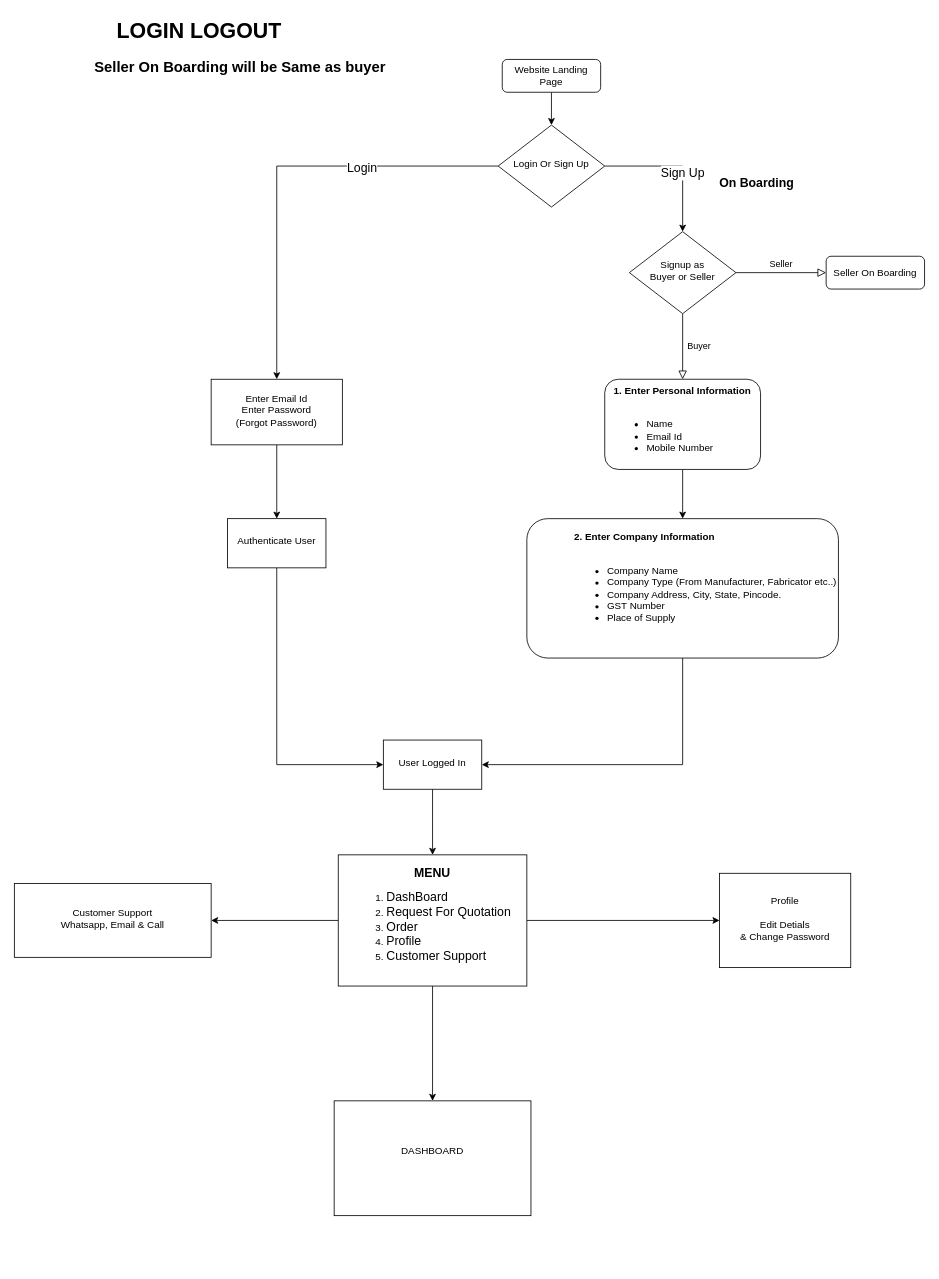
Above: page "Login/Sign Up (Buyer)" (1 of 4) of Buyer.drawio in raiparag123/sanmati-develop (draw.io), before the change. Source tidied: cells renumbered, new cells numbered last; positions are measured from the earlier drawing's top-left corner, leaving out a move shared by most shapes. Both pictures are drawn from the tidied source at 82%, with x=0, y=0 at pixel (14, 14).
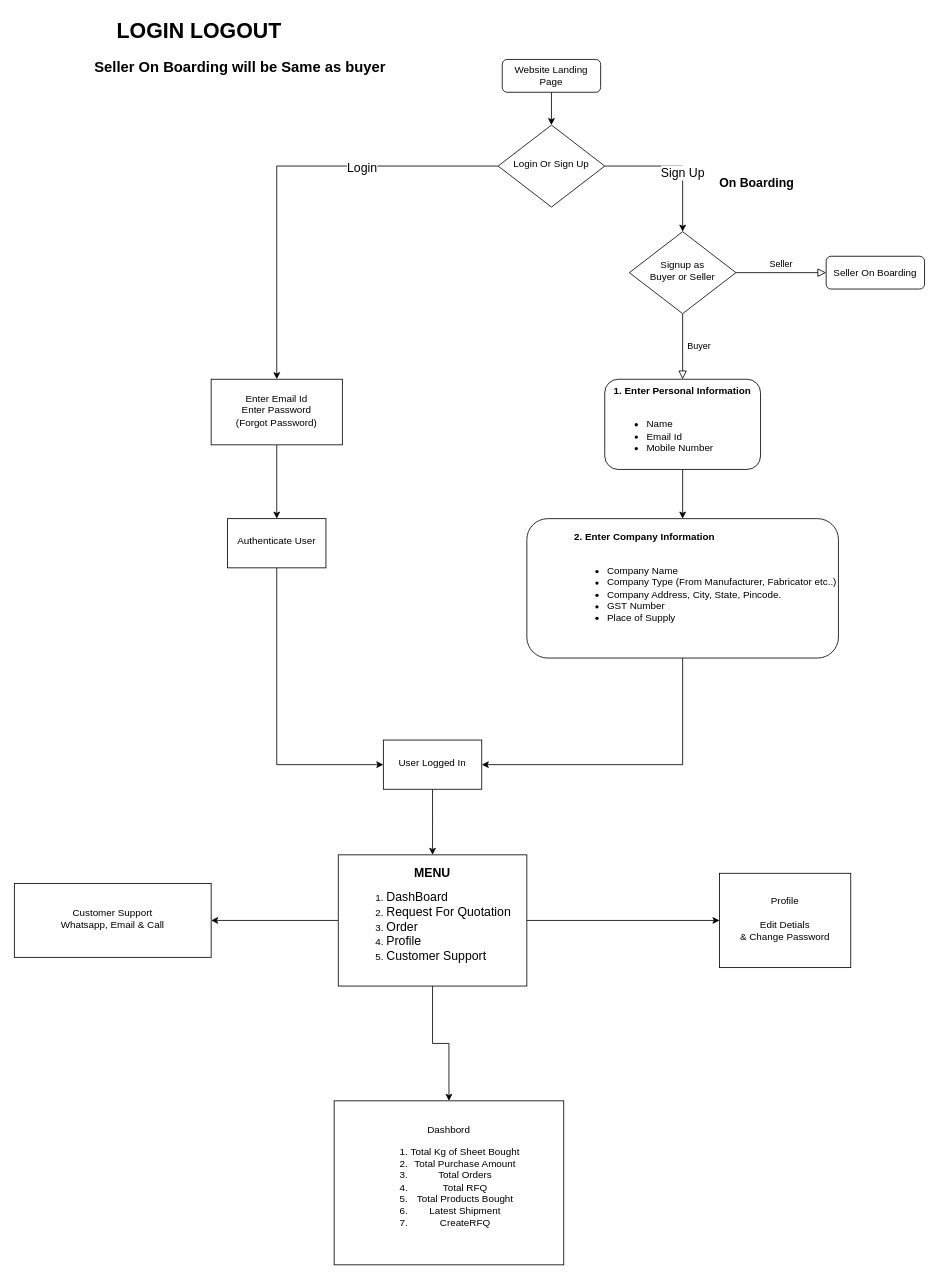
The same page after the edit.

Diff of the diagram source:
```diff
@@
-    <mxCell id="30" value="&lt;div&gt;DASHBOARD&lt;/div&gt;&lt;div&gt;&lt;br&gt;&lt;/div&gt;" style="whiteSpace=wrap;html=1;shadow=0;strokeWidth=1;spacing=6;spacingTop=-4;" parent="1" vertex="1">
-      <mxGeometry x="390" y="1325" width="240" height="140" as="geometry" />
+    <mxCell id="30" value="&lt;div&gt;Dashbord&lt;/div&gt;&lt;ol&gt;&lt;li&gt;Total Kg of Sheet Bought&lt;/li&gt;&lt;li&gt;Total Purchase Amount&lt;/li&gt;&lt;li&gt;Total Orders&lt;/li&gt;&lt;li&gt;Total RFQ&lt;/li&gt;&lt;li&gt;Total Products Bought&lt;/li&gt;&lt;li&gt;Latest Shipment&lt;/li&gt;&lt;li&gt;CreateRFQ&lt;/li&gt;&lt;/ol&gt;" style="whiteSpace=wrap;html=1;shadow=0;strokeWidth=1;spacing=6;spacingTop=-4;" parent="1" vertex="1">
+      <mxGeometry x="390" y="1325" width="280" height="200" as="geometry" />
     </mxCell>
```
